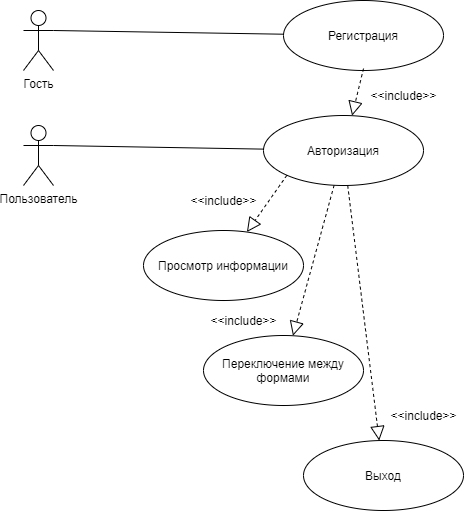
The draw.io diagram Схемы/Варианты использования.png in Comatoznik/hey_bro_nice_code, before a commit. Source tidied: cells renumbered, new cells last; positions are measured from the earlier drawing's top-left corner, leaving out a move shared by most shapes. The source it was exported from:
```xml
<mxGraphModel>
  <root>
    <mxCell id="0" />
    <mxCell id="1" parent="0" />
    <mxCell id="2" value="Гость" style="shape=umlActor;verticalLabelPosition=bottom;verticalAlign=top;html=1;outlineConnect=0;" parent="1" vertex="1">
      <mxGeometry y="10" width="30" height="60" as="geometry" />
    </mxCell>
    <mxCell id="3" style="endArrow=none;html=1;exitX=1;exitY=0.3333333333333333;exitDx=0;exitDy=0;exitPerimeter=0;" parent="1" edge="1" source="2" target="4">
      <mxGeometry relative="1" as="geometry" />
    </mxCell>
    <mxCell id="4" value="Регистрация" style="ellipse;whiteSpace=wrap;html=1;" parent="1" vertex="1">
      <mxGeometry x="260" width="160" height="70" as="geometry" />
    </mxCell>
    <mxCell id="5" value="Пользователь" style="shape=umlActor;verticalLabelPosition=bottom;verticalAlign=top;html=1;outlineConnect=0;" parent="1" vertex="1">
      <mxGeometry y="125" width="30" height="60" as="geometry" />
    </mxCell>
    <mxCell id="6" value="Просмотр информации" style="ellipse;whiteSpace=wrap;html=1;" parent="1" vertex="1">
      <mxGeometry x="120" y="230" width="160" height="70" as="geometry" />
    </mxCell>
    <mxCell id="7" value="Выход" style="ellipse;whiteSpace=wrap;html=1;" parent="1" vertex="1">
      <mxGeometry x="280" y="440" width="160" height="70" as="geometry" />
    </mxCell>
    <mxCell id="8" value="Переключение между формами" style="ellipse;whiteSpace=wrap;html=1;" parent="1" vertex="1">
      <mxGeometry x="180" y="335" width="160" height="70" as="geometry" />
    </mxCell>
    <mxCell id="9" style="endArrow=block;dashed=1;endFill=0;endSize=12;html=1;exitX=0;exitY=1;exitDx=0;exitDy=0;" parent="1" edge="1" source="14" target="6">
      <mxGeometry relative="1" as="geometry" />
    </mxCell>
    <mxCell id="10" style="endArrow=block;dashed=1;endFill=0;endSize=12;html=1;" parent="1" edge="1" source="14" target="8">
      <mxGeometry relative="1" as="geometry" />
    </mxCell>
    <mxCell id="11" value="&amp;lt;&amp;lt;include&amp;gt;&amp;gt;" style="text;html=1;align=center;verticalAlign=middle;" parent="1" vertex="1">
      <mxGeometry x="160" y="190" width="80" height="20" as="geometry" />
    </mxCell>
    <mxCell id="12" value="&amp;lt;&amp;lt;include&amp;gt;&amp;gt;" style="text;html=1;align=center;verticalAlign=middle;" parent="1" vertex="1">
      <mxGeometry x="340" y="85" width="80" height="20" as="geometry" />
    </mxCell>
    <mxCell id="13" value="&amp;lt;&amp;lt;include&amp;gt;&amp;gt;" style="text;html=1;align=center;verticalAlign=middle;" parent="1" vertex="1">
      <mxGeometry x="180" y="310" width="80" height="20" as="geometry" />
    </mxCell>
    <mxCell id="14" value="Авторизация" style="ellipse;whiteSpace=wrap;html=1;" parent="1" vertex="1">
      <mxGeometry x="240" y="115" width="160" height="70" as="geometry" />
    </mxCell>
    <mxCell id="15" style="endArrow=none;html=1;exitX=1;exitY=0.3333333333333333;exitDx=0;exitDy=0;exitPerimeter=0;" parent="1" edge="1" source="5" target="14">
      <mxGeometry relative="1" as="geometry" />
    </mxCell>
    <mxCell id="16" style="endArrow=block;dashed=1;endFill=0;endSize=12;html=1;exitX=0;exitY=1;exitDx=0;exitDy=0;" parent="1" edge="1" target="14">
      <mxGeometry relative="1" as="geometry">
        <mxPoint x="340" y="68" as="sourcePoint" />
      </mxGeometry>
    </mxCell>
    <mxCell id="17" style="endArrow=block;dashed=1;endFill=0;endSize=12;html=1;" parent="1" edge="1" source="14" target="7">
      <mxGeometry relative="1" as="geometry" />
    </mxCell>
    <mxCell id="18" value="&amp;lt;&amp;lt;include&amp;gt;&amp;gt;" style="text;html=1;align=center;verticalAlign=middle;" parent="1" vertex="1">
      <mxGeometry x="360" y="405" width="80" height="20" as="geometry" />
    </mxCell>
  </root>
</mxGraphModel>
```
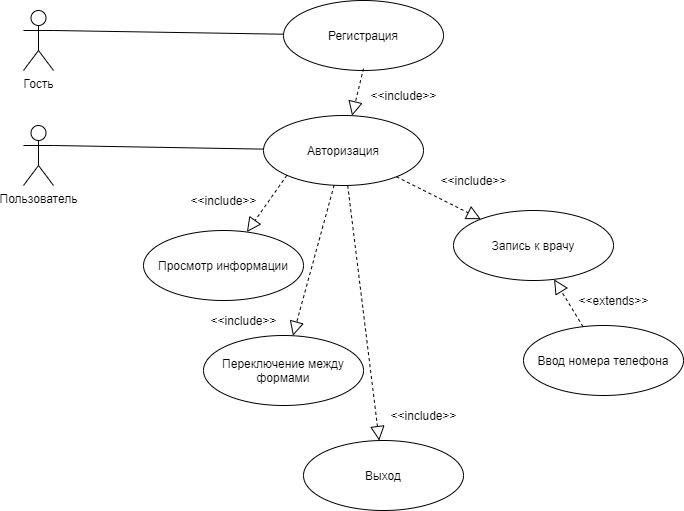
The same diagram one commit later.

Commit message:
Обновлена диаграмма вариантов использования

The edit, as a diff of the source:
```diff
@@ -55,5 +55,23 @@
     <mxCell id="18" value="&amp;lt;&amp;lt;include&amp;gt;&amp;gt;" style="text;html=1;align=center;verticalAlign=middle;" parent="1" vertex="1">
       <mxGeometry x="360" y="405" width="80" height="20" as="geometry" />
     </mxCell>
+    <mxCell id="19" style="endArrow=block;dashed=1;endFill=0;endSize=12;html=1;" parent="1" edge="1" source="14" target="20">
+      <mxGeometry relative="1" as="geometry" />
+    </mxCell>
+    <mxCell id="20" value="Запись к врачу" style="ellipse;whiteSpace=wrap;html=1;" parent="1" vertex="1">
+      <mxGeometry x="430" y="210" width="160" height="70" as="geometry" />
+    </mxCell>
+    <mxCell id="21" value="&amp;lt;&amp;lt;include&amp;gt;&amp;gt;" style="text;html=1;align=center;verticalAlign=middle;" parent="1" vertex="1">
+      <mxGeometry x="410" y="170" width="80" height="20" as="geometry" />
+    </mxCell>
+    <mxCell id="22" value="Ввод номера телефона" style="ellipse;whiteSpace=wrap;html=1;" parent="1" vertex="1">
+      <mxGeometry x="500" y="325" width="160" height="70" as="geometry" />
+    </mxCell>
+    <mxCell id="23" style="endArrow=block;dashed=1;endFill=0;endSize=12;html=1;" parent="1" edge="1" source="22" target="20">
+      <mxGeometry relative="1" as="geometry" />
+    </mxCell>
+    <mxCell id="24" value="&amp;lt;&amp;lt;extends&amp;gt;&amp;gt;" style="text;html=1;align=center;verticalAlign=middle;" parent="1" vertex="1">
+      <mxGeometry x="545" y="290" width="90" height="20" as="geometry" />
+    </mxCell>
   </root>
 </mxGraphModel>
```
